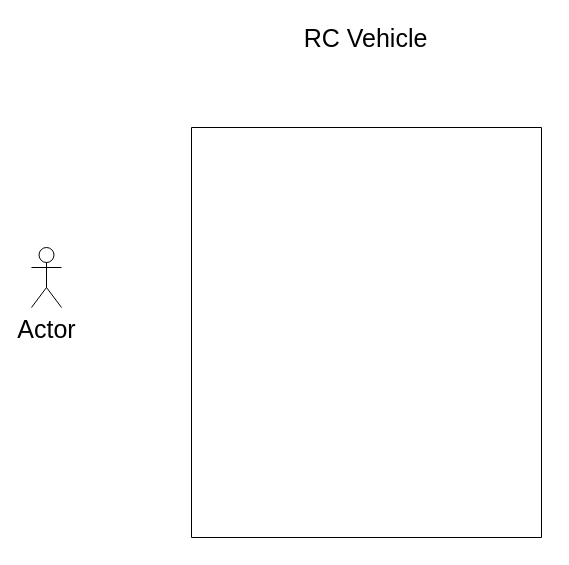
This is page "Página-2" (2 of 2) of entanglement.drawio from DiogoBranda/entanglement, a draw.io file, before an edit. Source tidied: cells renumbered, new cells numbered last; positions are measured from the earlier drawing's top-left corner, leaving out a move shared by most shapes. Both pictures are drawn from the tidied source at 100%, with x=0, y=0 at pixel (31, 17).
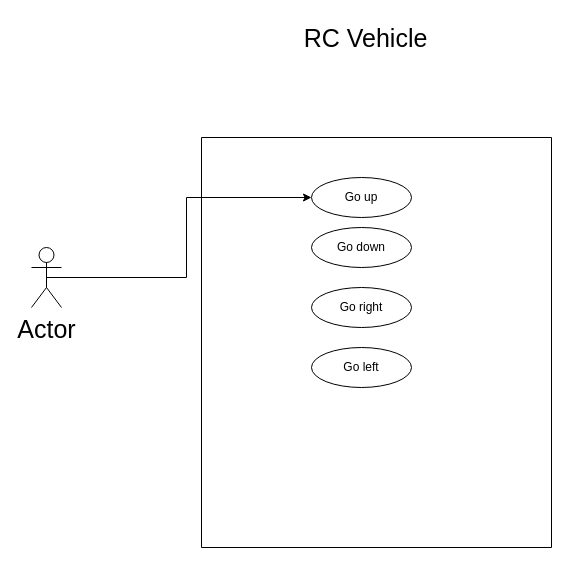
After the change.

What changed in the source:
```diff
@@
 <mxGraphModel>
   <root>
     <mxCell id="0" />
     <mxCell id="1" parent="0" />
     <mxCell id="2" value="&lt;font style=&quot;font-size: 25px;&quot;&gt;RC Vehicle&lt;/font&gt;" style="text;html=1;align=center;verticalAlign=middle;strokeColor=none;fillColor=none;" parent="1" vertex="1">
       <mxGeometry x="259" width="150" height="40" as="geometry" />
     </mxCell>
+    <mxCell id="5" style="edgeStyle=orthogonalEdgeStyle;rounded=0;jettySize=auto;html=1;exitX=0.5;exitY=0.5;exitDx=0;exitDy=0;exitPerimeter=0;entryX=0;entryY=0.5;entryDx=0;entryDy=0;" parent="1" edge="1" source="3" target="6">
+      <mxGeometry relative="1" as="geometry" />
+    </mxCell>
     <mxCell id="3" value="Actor" style="shape=umlActor;verticalLabelPosition=bottom;verticalAlign=top;html=1;outlineConnect=0;fontSize=25;" parent="1" vertex="1">
       <mxGeometry y="230" width="30" height="60" as="geometry" />
     </mxCell>
     <mxCell id="4" style="swimlane;startSize=0;fontSize=25;" parent="1" vertex="1">
-      <mxGeometry x="160" y="110" width="350" height="410" as="geometry" />
+      <mxGeometry x="170" y="120" width="350" height="410" as="geometry" />
     </mxCell>
+    <mxCell id="6" value="Go up" style="ellipse;whiteSpace=wrap;html=1;align=center;newEdgeStyle={&quot;edgeStyle&quot;:&quot;entityRelationEdgeStyle&quot;,&quot;startArrow&quot;:&quot;none&quot;,&quot;endArrow&quot;:&quot;none&quot;,&quot;segment&quot;:10,&quot;curved&quot;:1};" parent="4" vertex="1">
+      <mxGeometry x="110" y="40" width="100" height="40" as="geometry" />
+    </mxCell>
+    <mxCell id="7" value="Go left" style="ellipse;whiteSpace=wrap;html=1;align=center;newEdgeStyle={&quot;edgeStyle&quot;:&quot;entityRelationEdgeStyle&quot;,&quot;startArrow&quot;:&quot;none&quot;,&quot;endArrow&quot;:&quot;none&quot;,&quot;segment&quot;:10,&quot;curved&quot;:1};" parent="4" vertex="1">
+      <mxGeometry x="110" y="210" width="100" height="40" as="geometry" />
+    </mxCell>
+    <mxCell id="8" value="Go right" style="ellipse;whiteSpace=wrap;html=1;align=center;newEdgeStyle={&quot;edgeStyle&quot;:&quot;entityRelationEdgeStyle&quot;,&quot;startArrow&quot;:&quot;none&quot;,&quot;endArrow&quot;:&quot;none&quot;,&quot;segment&quot;:10,&quot;curved&quot;:1};" parent="4" vertex="1">
+      <mxGeometry x="110" y="150" width="100" height="40" as="geometry" />
+    </mxCell>
+    <mxCell id="9" value="Go down" style="ellipse;whiteSpace=wrap;html=1;align=center;newEdgeStyle={&quot;edgeStyle&quot;:&quot;entityRelationEdgeStyle&quot;,&quot;startArrow&quot;:&quot;none&quot;,&quot;endArrow&quot;:&quot;none&quot;,&quot;segment&quot;:10,&quot;curved&quot;:1};" parent="4" vertex="1">
+      <mxGeometry x="110" y="90" width="100" height="40" as="geometry" />
+    </mxCell>
   </root>
 </mxGraphModel>
```
